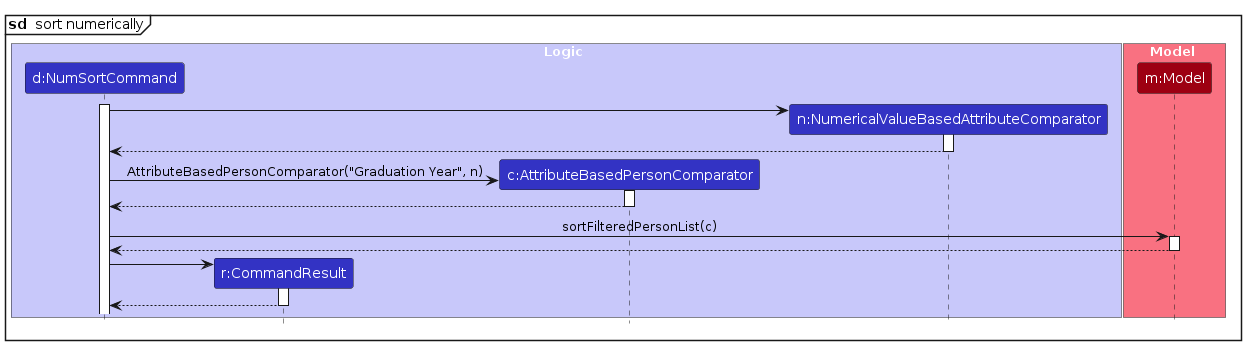
Earlier version of the PlantUML export diagrams/NumSortSequenceDiagram.png (AY2425S2-CS2103T-T10-1/tp). Its source is kept beside it as diagrams/NumSortSequenceDiagram.puml. Source of this version:
```plantuml
@startuml
!include style.puml
skinparam ArrowFontStyle plain

mainframe **sd**  sort numerically

box Logic LOGIC_COLOR_T1
participant "d:NumSortCommand" as NumSortCommand LOGIC_COLOR
participant "r:CommandResult" as CommandResult LOGIC_COLOR
participant "c:AttributeBasedPersonComparator" as AttributeBasedPersonComparator LOGIC_COLOR
participant "n:NumericalValueBasedAttributeComparator" as NumericalValueBasedAttributeComparator LOGIC_COLOR
end box

box Model MODEL_COLOR_T1
participant "m:Model" as Model MODEL_COLOR
end box

activate NumSortCommand

create NumericalValueBasedAttributeComparator
NumSortCommand -> NumericalValueBasedAttributeComparator
activate NumericalValueBasedAttributeComparator

NumericalValueBasedAttributeComparator --> NumSortCommand
deactivate NumericalValueBasedAttributeComparator

create AttributeBasedPersonComparator
NumSortCommand -> AttributeBasedPersonComparator: AttributeBasedPersonComparator("Graduation Year", n)
activate AttributeBasedPersonComparator

AttributeBasedPersonComparator --> NumSortCommand
deactivate AttributeBasedPersonComparator

NumSortCommand -> Model : sortFilteredPersonList(c)
activate Model

Model --> NumSortCommand
deactivate Model

create CommandResult
NumSortCommand -> CommandResult
activate CommandResult

CommandResult --> NumSortCommand
deactivate CommandResult

@enduml
```
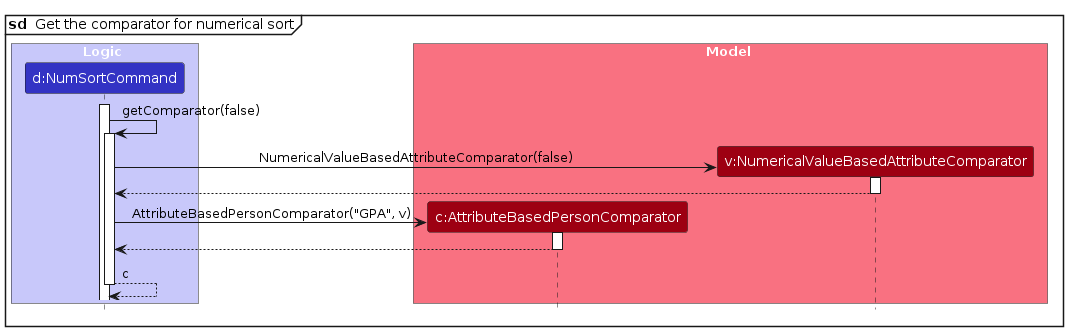
After the change.

Diff of the diagram source:
```diff
@@ -2,46 +2,34 @@
 !include style.puml
 skinparam ArrowFontStyle plain
 
-mainframe **sd**  sort numerically
+mainframe **sd**  Get the comparator for numerical sort
 
 box Logic LOGIC_COLOR_T1
 participant "d:NumSortCommand" as NumSortCommand LOGIC_COLOR
-participant "r:CommandResult" as CommandResult LOGIC_COLOR
-participant "c:AttributeBasedPersonComparator" as AttributeBasedPersonComparator LOGIC_COLOR
-participant "n:NumericalValueBasedAttributeComparator" as NumericalValueBasedAttributeComparator LOGIC_COLOR
 end box
 
 box Model MODEL_COLOR_T1
-participant "m:Model" as Model MODEL_COLOR
+participant "c:AttributeBasedPersonComparator" as AttributeBasedPersonComparator MODEL_COLOR
+participant "v:NumericalValueBasedAttributeComparator" as NumericalValueBasedAttributeComparator MODEL_COLOR
 end box
 
 activate NumSortCommand
+NumSortCommand -> NumSortCommand ++ : getComparator(false)
 
 create NumericalValueBasedAttributeComparator
-NumSortCommand -> NumericalValueBasedAttributeComparator
+NumSortCommand -> NumericalValueBasedAttributeComparator : NumericalValueBasedAttributeComparator(false)
 activate NumericalValueBasedAttributeComparator
 
 NumericalValueBasedAttributeComparator --> NumSortCommand
 deactivate NumericalValueBasedAttributeComparator
 
 create AttributeBasedPersonComparator
-NumSortCommand -> AttributeBasedPersonComparator: AttributeBasedPersonComparator("Graduation Year", n)
+NumSortCommand -> AttributeBasedPersonComparator: AttributeBasedPersonComparator("GPA", v)
 activate AttributeBasedPersonComparator
 
 AttributeBasedPersonComparator --> NumSortCommand
 deactivate AttributeBasedPersonComparator
 
-NumSortCommand -> Model : sortFilteredPersonList(c)
-activate Model
-
-Model --> NumSortCommand
-deactivate Model
-
-create CommandResult
-NumSortCommand -> CommandResult
-activate CommandResult
-
-CommandResult --> NumSortCommand
-deactivate CommandResult
+return c
 
 @enduml
```
